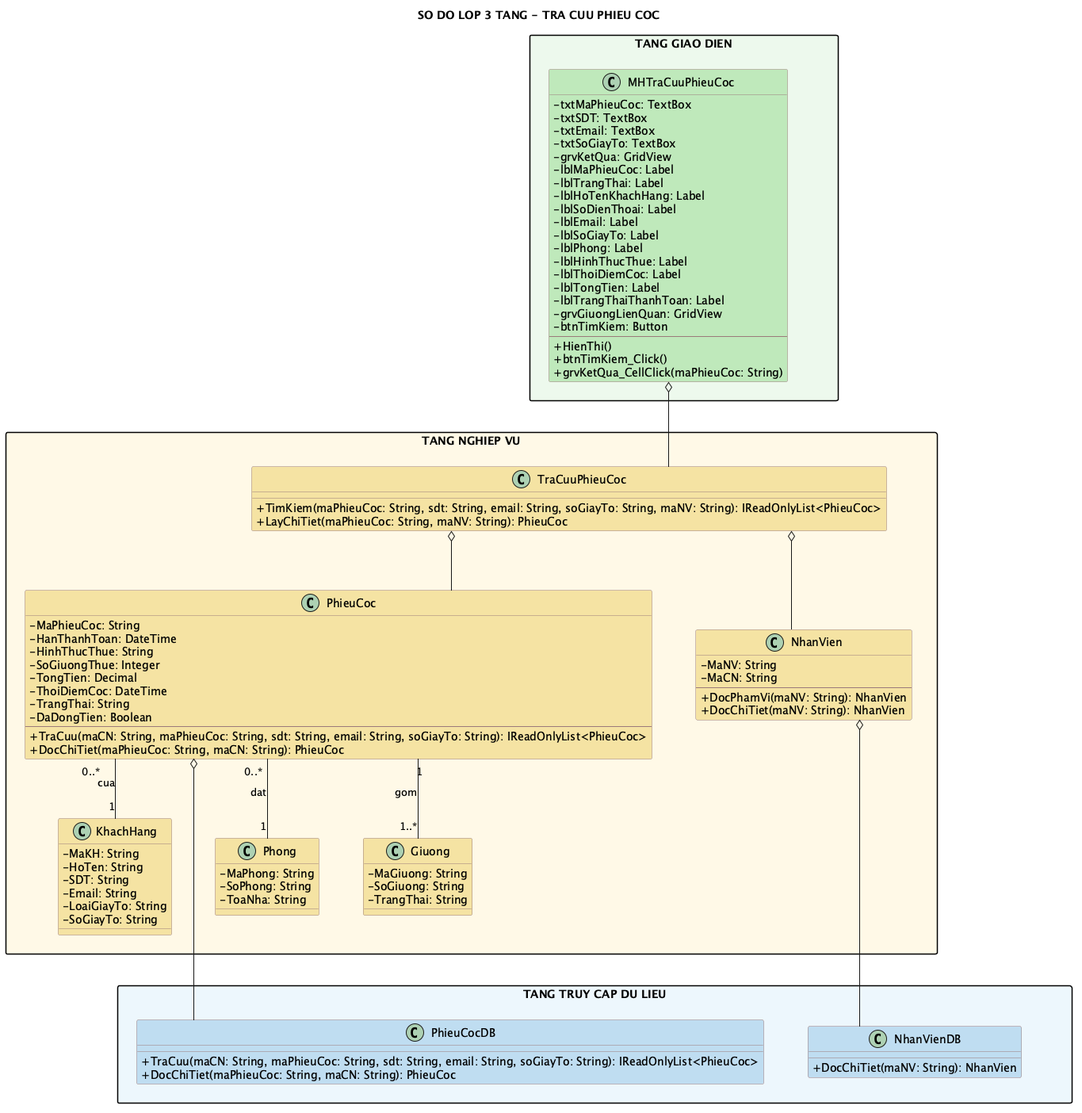
Above: diagram/png/tra-cuu-phieu-coc-class.png in Ming1309/HomeStay-Dorm (PlantUML), before the change.
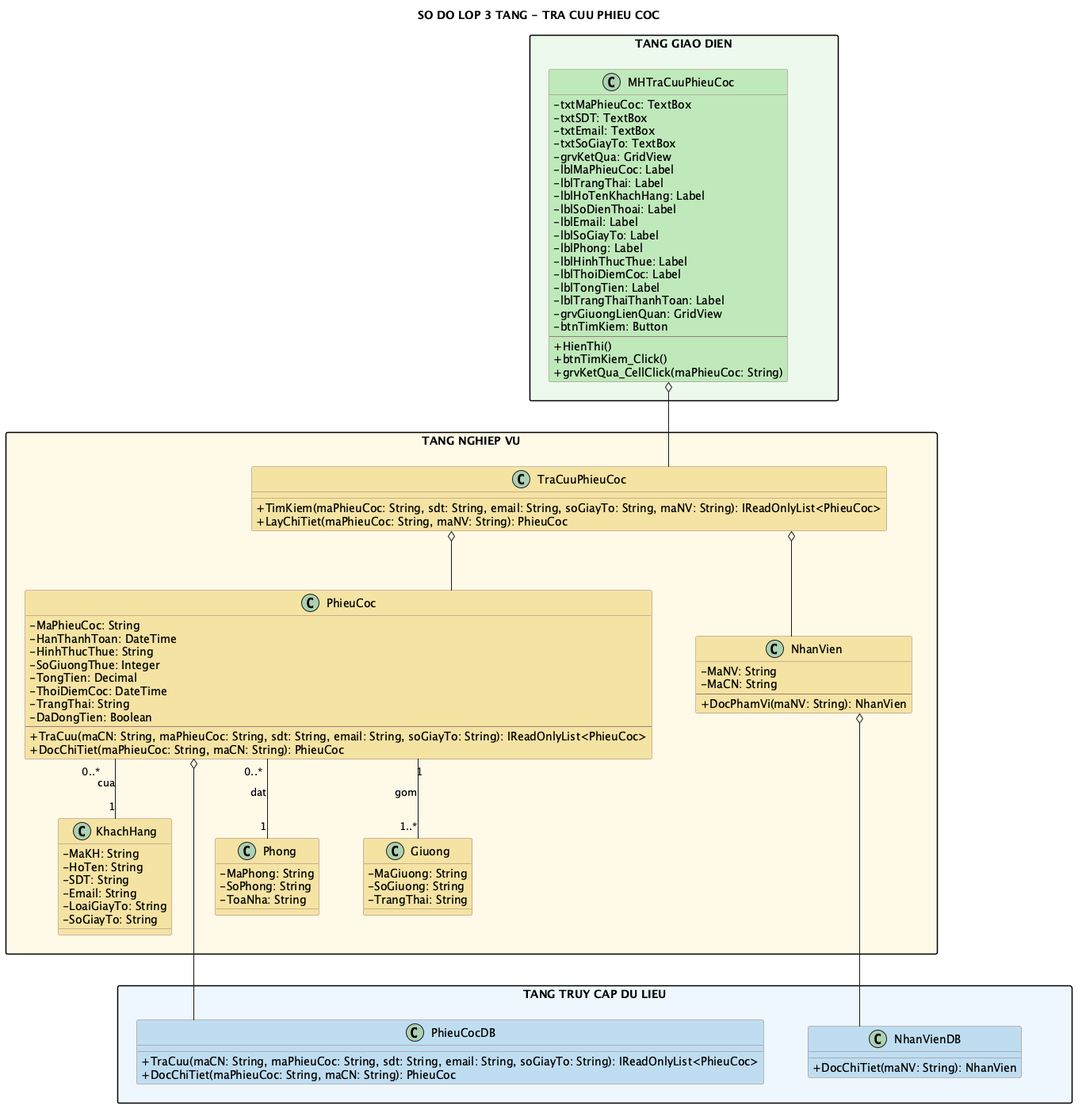
Later version of the same file.

Change to the diagram source:
```diff
@@ -48,7 +48,6 @@
     - MaCN: String
     --
     + DocPhamVi(maNV: String): NhanVien
-    + DocChiTiet(maNV: String): NhanVien
   }
 
   class PhieuCoc #F4E3A2 {
```
